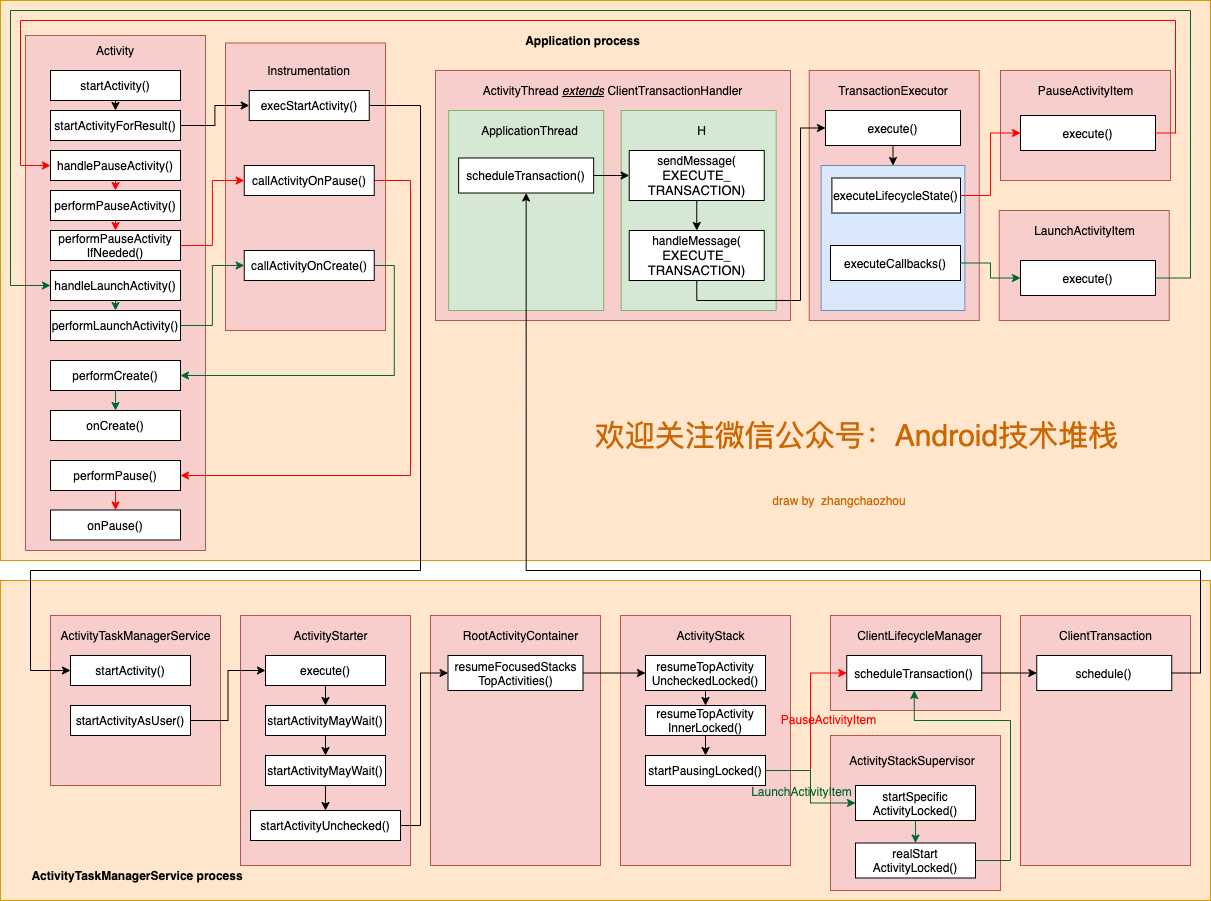
This is Android/StartActivity.png from chaozhouzhang/learning-summary, a draw.io export, as it was before one commit. Source tidied: cells renumbered, new cells last; positions are measured from the earlier drawing's top-left corner, leaving out a move shared by most shapes.
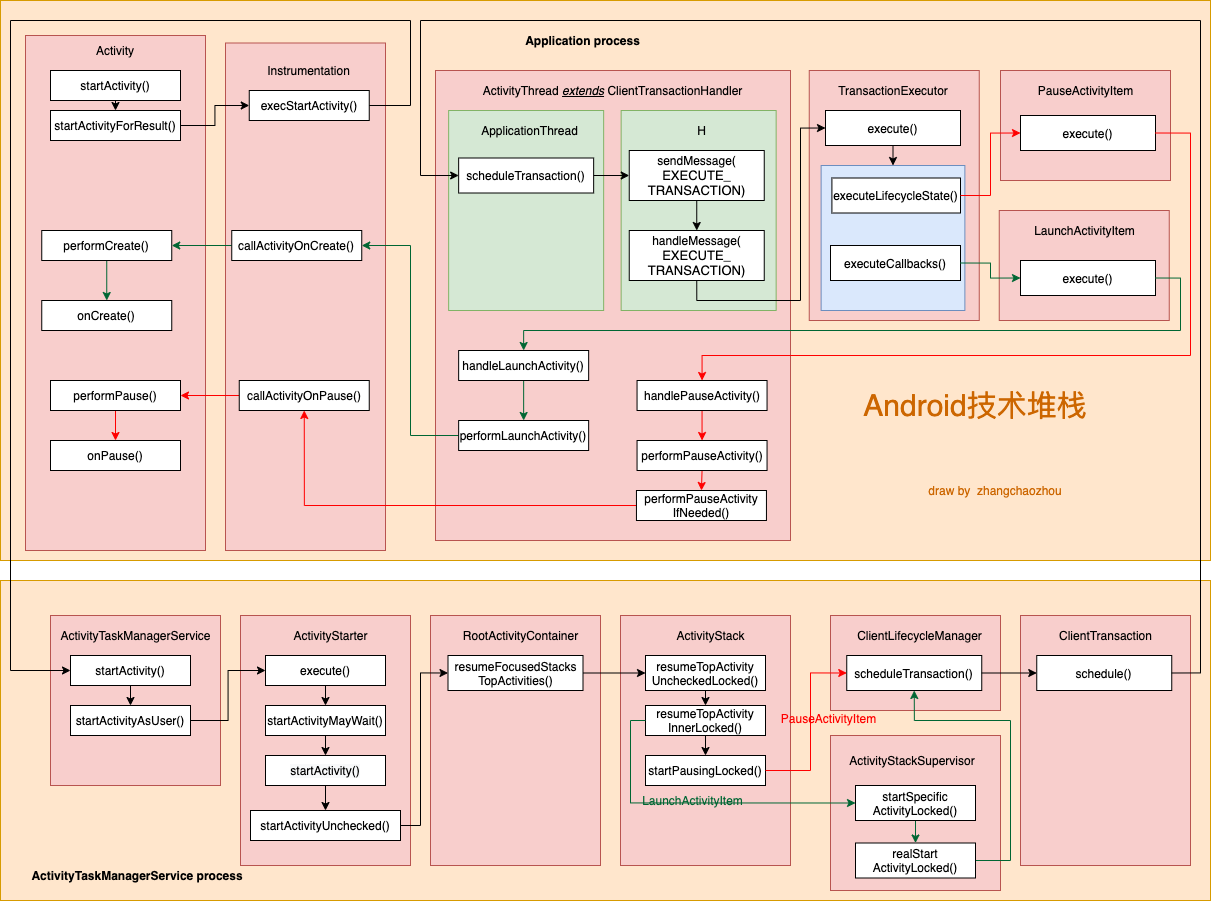
The same file after the commit.

Change to the diagram source:
```diff
@@ -17,6 +17,9 @@
     <mxCell id="6" style="whiteSpace=wrap;html=1;fillColor=#f8cecc;strokeColor=#b85450;" parent="1" vertex="1">
       <mxGeometry x="50" y="615" width="170" height="170" as="geometry" />
     </mxCell>
+    <mxCell id="112" style="edgeStyle=orthogonalEdgeStyle;rounded=0;jettySize=auto;html=1;exitX=0.5;exitY=1;exitDx=0;exitDy=0;entryX=0.5;entryY=0;entryDx=0;entryDy=0;" parent="1" edge="1" source="7" target="9">
+      <mxGeometry relative="1" as="geometry" />
+    </mxCell>
     <mxCell id="7" value="startActivity()" style="rounded=0;whiteSpace=wrap;html=1;" parent="1" vertex="1">
       <mxGeometry x="70" y="655" width="120" height="30" as="geometry" />
     </mxCell>
@@ -41,7 +44,7 @@
     <mxCell id="14" style="edgeStyle=orthogonalEdgeStyle;rounded=0;comic=0;jumpStyle=arc;jettySize=auto;html=1;exitX=0.5;exitY=1;exitDx=0;exitDy=0;entryX=0.5;entryY=0;entryDx=0;entryDy=0;" parent="1" edge="1" source="15" target="20">
       <mxGeometry relative="1" as="geometry" />
     </mxCell>
-    <mxCell id="15" value="startActivityMayWait()" style="rounded=0;whiteSpace=wrap;html=1;" parent="1" vertex="1">
+    <mxCell id="15" value="&lt;pre&gt;&lt;pre&gt;&lt;font face=&quot;helvetica&quot;&gt;&lt;span style=&quot;background-color: rgb(248 , 249 , 250)&quot;&gt;startActivity()&lt;/span&gt;&lt;/font&gt;&lt;/pre&gt;&lt;/pre&gt;" style="rounded=0;whiteSpace=wrap;html=1;" parent="1" vertex="1">
       <mxGeometry x="265" y="755" width="120" height="30" as="geometry" />
     </mxCell>
     <mxCell id="16" style="edgeStyle=orthogonalEdgeStyle;rounded=0;comic=0;jumpStyle=arc;jettySize=auto;html=1;exitX=1;exitY=0.5;exitDx=0;exitDy=0;entryX=0;entryY=0.5;entryDx=0;entryDy=0;" parent="1" edge="1" source="9" target="11">
@@ -135,7 +138,7 @@
       <mxGeometry relative="1" as="geometry" />
     </mxCell>
     <mxCell id="42" style="rounded=0;whiteSpace=wrap;html=1;fillColor=#f8cecc;strokeColor=#b85450;" parent="1" vertex="1">
-      <mxGeometry x="435" y="70" width="355" height="250" as="geometry" />
+      <mxGeometry x="435" y="70" width="355" height="470" as="geometry" />
     </mxCell>
     <mxCell id="43" style="rounded=0;whiteSpace=wrap;html=1;fillColor=#d5e8d4;strokeColor=#82b366;" parent="1" vertex="1">
       <mxGeometry x="448.1" y="110" width="155" height="200" as="geometry" />
@@ -149,12 +152,13 @@
     <mxCell id="46" value="ActivityThread &lt;i&gt;&lt;u&gt;extends&lt;/u&gt;&lt;/i&gt; ClientTransactionHandler" style="text;html=1;strokeColor=none;fillColor=none;align=center;verticalAlign=middle;whiteSpace=wrap;rounded=0;" parent="1" vertex="1">
       <mxGeometry x="475" y="80" width="275" height="20" as="geometry" />
     </mxCell>
-    <mxCell id="47" style="edgeStyle=orthogonalEdgeStyle;rounded=0;comic=0;jumpStyle=arc;jettySize=auto;html=1;exitX=1;exitY=0.5;exitDx=0;exitDy=0;entryX=0.5;entryY=1;entryDx=0;entryDy=0;" parent="1" edge="1" source="40" target="45">
+    <mxCell id="47" style="edgeStyle=orthogonalEdgeStyle;rounded=0;comic=0;jumpStyle=arc;jettySize=auto;html=1;exitX=1;exitY=0.5;exitDx=0;exitDy=0;entryX=0;entryY=0.5;entryDx=0;entryDy=0;" parent="1" edge="1" source="40" target="45">
       <mxGeometry relative="1" as="geometry">
         <Array as="points">
-          <mxPoint x="1200" y="673" />
-          <mxPoint x="1200" y="570" />
-          <mxPoint x="526" y="570" />
+          <mxPoint x="1200" y="672" />
+          <mxPoint x="1200" y="20" />
+          <mxPoint x="420" y="20" />
+          <mxPoint x="420" y="175" />
         </Array>
       </mxGeometry>
     </mxCell>
@@ -213,7 +217,7 @@
       <mxGeometry x="998.8" y="210" width="170" height="110" as="geometry" />
     </mxCell>
     <mxCell id="64" value="draw by&amp;nbsp; zhangchaozhou" style="text;html=1;strokeColor=none;fillColor=none;align=center;verticalAlign=middle;whiteSpace=wrap;rounded=0;labelBackgroundColor=none;fontColor=#CC6600;" parent="1" vertex="1">
-      <mxGeometry x="763.8" y="489.5" width="150" height="20" as="geometry" />
+      <mxGeometry x="920" y="480" width="150" height="20" as="geometry" />
     </mxCell>
     <mxCell id="65" style="rounded=0;whiteSpace=wrap;html=1;fillColor=#f8cecc;strokeColor=#b85450;" parent="1" vertex="1">
       <mxGeometry x="830" y="735" width="170" height="155" as="geometry" />
@@ -239,8 +243,13 @@
     <mxCell id="70" value="realStart&lt;br&gt;ActivityLocked()" style="rounded=0;whiteSpace=wrap;html=1;" parent="1" vertex="1">
       <mxGeometry x="855" y="842.5" width="120" height="35" as="geometry" />
     </mxCell>
-    <mxCell id="71" style="edgeStyle=orthogonalEdgeStyle;rounded=0;comic=0;jumpStyle=arc;jettySize=auto;html=1;exitX=1;exitY=0.5;exitDx=0;exitDy=0;entryX=0;entryY=0.5;entryDx=0;entryDy=0;strokeColor=#006633;fontColor=#000000;" parent="1" edge="1" source="31" target="68">
-      <mxGeometry relative="1" as="geometry" />
+    <mxCell id="71" style="edgeStyle=orthogonalEdgeStyle;rounded=0;comic=0;jumpStyle=arc;jettySize=auto;html=1;exitX=0;exitY=0.5;exitDx=0;exitDy=0;entryX=0;entryY=0.5;entryDx=0;entryDy=0;strokeColor=#006633;fontColor=#000000;" parent="1" edge="1" source="30" target="68">
+      <mxGeometry relative="1" as="geometry">
+        <Array as="points">
+          <mxPoint x="630" y="720" />
+          <mxPoint x="630" y="802" />
+        </Array>
+      </mxGeometry>
     </mxCell>
     <mxCell id="72" value="LaunchActivityItem" style="edgeLabel;html=1;align=center;verticalAlign=middle;fontColor=#006633;labelBackgroundColor=none;" parent="71" vertex="1">
       <mxGeometry x="0.06" y="3" relative="1" as="geometry">
@@ -269,7 +278,7 @@
       <mxGeometry x="25" y="35" width="180" height="515" as="geometry" />
     </mxCell>
     <mxCell id="80" style="rounded=0;whiteSpace=wrap;html=1;labelBackgroundColor=none;strokeColor=#b85450;fillColor=#f8cecc;" parent="1" vertex="1">
-      <mxGeometry x="225" y="42.5" width="160" height="287.5" as="geometry" />
+      <mxGeometry x="225" y="42.5" width="160" height="507.5" as="geometry" />
     </mxCell>
     <mxCell id="81" value="startActivity()" style="rounded=0;whiteSpace=wrap;html=1;" parent="1" vertex="1">
       <mxGeometry x="50" y="70" width="130" height="30" as="geometry" />
@@ -295,10 +304,10 @@
     <mxCell id="88" style="edgeStyle=orthogonalEdgeStyle;rounded=0;comic=0;jumpStyle=arc;jettySize=auto;html=1;exitX=1;exitY=0.5;exitDx=0;exitDy=0;entryX=0;entryY=0.5;entryDx=0;entryDy=0;" parent="1" edge="1" source="86" target="7">
       <mxGeometry relative="1" as="geometry">
         <Array as="points">
-          <mxPoint x="420" y="105" />
-          <mxPoint x="420" y="570" />
-          <mxPoint x="30" y="570" />
-          <mxPoint x="30" y="670" />
+          <mxPoint x="410" y="105" />
+          <mxPoint x="410" y="20" />
+          <mxPoint x="10" y="20" />
+          <mxPoint x="10" y="670" />
         </Array>
       </mxGeometry>
     </mxCell>
@@ -306,66 +315,78 @@
       <mxGeometry relative="1" as="geometry" />
     </mxCell>
     <mxCell id="90" value="performPauseActivity()" style="rounded=0;whiteSpace=wrap;html=1;" parent="1" vertex="1">
-      <mxGeometry x="50" y="190" width="130" height="30" as="geometry" />
+      <mxGeometry x="636.5" y="440" width="130" height="30" as="geometry" />
     </mxCell>
-    <mxCell id="91" style="edgeStyle=orthogonalEdgeStyle;rounded=0;comic=0;jumpStyle=arc;jettySize=auto;html=1;exitX=1;exitY=0.5;exitDx=0;exitDy=0;entryX=0;entryY=0.5;entryDx=0;entryDy=0;strokeColor=#FF0000;fontColor=#00CC66;" parent="1" edge="1" source="92" target="100">
-      <mxGeometry relative="1" as="geometry" />
+    <mxCell id="91" style="edgeStyle=orthogonalEdgeStyle;rounded=0;comic=0;jumpStyle=arc;jettySize=auto;html=1;exitX=0;exitY=0.5;exitDx=0;exitDy=0;entryX=0.5;entryY=1;entryDx=0;entryDy=0;strokeColor=#FF0000;fontColor=#00CC66;" parent="1" edge="1" source="92" target="100">
+      <mxGeometry relative="1" as="geometry">
+        <Array as="points">
+          <mxPoint x="304" y="505" />
+        </Array>
+      </mxGeometry>
     </mxCell>
     <mxCell id="92" value="performPauseActivity&lt;br&gt;IfNeeded()" style="rounded=0;whiteSpace=wrap;html=1;" parent="1" vertex="1">
-      <mxGeometry x="50" y="230" width="130" height="30" as="geometry" />
+      <mxGeometry x="636" y="490" width="130" height="30" as="geometry" />
     </mxCell>
     <mxCell id="93" style="edgeStyle=orthogonalEdgeStyle;rounded=0;comic=0;jumpStyle=arc;jettySize=auto;html=1;exitX=0.5;exitY=1;exitDx=0;exitDy=0;entryX=0.5;entryY=0;entryDx=0;entryDy=0;strokeColor=#006633;fontColor=#00CC66;" parent="1" edge="1" source="94" target="98">
       <mxGeometry relative="1" as="geometry" />
     </mxCell>
     <mxCell id="94" value="handleLaunchActivity()" style="rounded=0;whiteSpace=wrap;html=1;" parent="1" vertex="1">
-      <mxGeometry x="50" y="270" width="130" height="30" as="geometry" />
+      <mxGeometry x="458.1" y="350" width="130" height="30" as="geometry" />
     </mxCell>
     <mxCell id="95" style="edgeStyle=orthogonalEdgeStyle;rounded=0;comic=0;jumpStyle=arc;jettySize=auto;html=1;exitX=0.5;exitY=1;exitDx=0;exitDy=0;entryX=0.5;entryY=0;entryDx=0;entryDy=0;strokeColor=#FF0000;fontColor=#00CC66;" parent="1" edge="1" source="96" target="90">
       <mxGeometry relative="1" as="geometry" />
     </mxCell>
     <mxCell id="96" value="handlePauseActivity()" style="rounded=0;whiteSpace=wrap;html=1;" parent="1" vertex="1">
-      <mxGeometry x="50" y="150" width="130" height="30" as="geometry" />
+      <mxGeometry x="636.5" y="380" width="130" height="30" as="geometry" />
     </mxCell>
-    <mxCell id="97" style="edgeStyle=orthogonalEdgeStyle;rounded=0;comic=0;jumpStyle=arc;jettySize=auto;html=1;exitX=1;exitY=0.5;exitDx=0;exitDy=0;entryX=0;entryY=0.5;entryDx=0;entryDy=0;strokeColor=#006633;fontColor=#00CC66;" parent="1" edge="1" source="98" target="102">
-      <mxGeometry relative="1" as="geometry" />
+    <mxCell id="97" style="edgeStyle=orthogonalEdgeStyle;rounded=0;comic=0;jumpStyle=arc;jettySize=auto;html=1;exitX=0;exitY=0.5;exitDx=0;exitDy=0;entryX=1;entryY=0.5;entryDx=0;entryDy=0;strokeColor=#006633;fontColor=#00CC66;" parent="1" edge="1" source="98" target="102">
+      <mxGeometry relative="1" as="geometry">
+        <Array as="points">
+          <mxPoint x="410" y="435" />
+          <mxPoint x="410" y="245" />
+        </Array>
+      </mxGeometry>
     </mxCell>
     <mxCell id="98" value="performLaunchActivity()" style="rounded=0;whiteSpace=wrap;html=1;" parent="1" vertex="1">
-      <mxGeometry x="50" y="310" width="130" height="30" as="geometry" />
+      <mxGeometry x="458.1" y="420" width="130" height="30" as="geometry" />
     </mxCell>
-    <mxCell id="99" style="edgeStyle=orthogonalEdgeStyle;rounded=0;comic=0;jumpStyle=arc;jettySize=auto;html=1;exitX=1;exitY=0.5;exitDx=0;exitDy=0;entryX=1;entryY=0.5;entryDx=0;entryDy=0;strokeColor=#FF0000;fontColor=#00CC66;" parent="1" edge="1" source="100" target="109">
+    <mxCell id="99" style="edgeStyle=orthogonalEdgeStyle;rounded=0;comic=0;jumpStyle=arc;jettySize=auto;html=1;entryX=1;entryY=0.5;entryDx=0;entryDy=0;strokeColor=#FF0000;fontColor=#00CC66;exitX=0;exitY=0.5;exitDx=0;exitDy=0;" parent="1" edge="1" source="100" target="109">
       <mxGeometry relative="1" as="geometry">
         <Array as="points">
-          <mxPoint x="410" y="180" />
-          <mxPoint x="410" y="475" />
+          <mxPoint x="180" y="395" />
+          <mxPoint x="180" y="395" />
         </Array>
       </mxGeometry>
     </mxCell>
     <mxCell id="100" value="callActivityOnPause()" style="rounded=0;whiteSpace=wrap;html=1;" parent="1" vertex="1">
-      <mxGeometry x="243.8" y="165" width="130" height="30" as="geometry" />
+      <mxGeometry x="238.8" y="380" width="130" height="30" as="geometry" />
     </mxCell>
-    <mxCell id="101" style="edgeStyle=orthogonalEdgeStyle;rounded=0;comic=0;jumpStyle=arc;jettySize=auto;html=1;exitX=1;exitY=0.5;exitDx=0;exitDy=0;entryX=1;entryY=0.5;entryDx=0;entryDy=0;strokeColor=#006633;fontColor=#00CC66;" parent="1" edge="1" source="102" target="106">
-      <mxGeometry relative="1" as="geometry" />
+    <mxCell id="101" style="edgeStyle=orthogonalEdgeStyle;rounded=0;comic=0;jumpStyle=arc;jettySize=auto;html=1;exitX=0;exitY=0.5;exitDx=0;exitDy=0;entryX=1;entryY=0.5;entryDx=0;entryDy=0;strokeColor=#006633;fontColor=#00CC66;" parent="1" edge="1" source="102" target="106">
+      <mxGeometry relative="1" as="geometry">
+        <Array as="points">
+          <mxPoint x="200" y="245" />
+          <mxPoint x="200" y="245" />
+        </Array>
+      </mxGeometry>
     </mxCell>
     <mxCell id="102" value="callActivityOnCreate()" style="rounded=0;whiteSpace=wrap;html=1;" parent="1" vertex="1">
-      <mxGeometry x="243.8" y="250" width="130" height="30" as="geometry" />
+      <mxGeometry x="231.2" y="230" width="130" height="30" as="geometry" />
     </mxCell>
-    <mxCell id="103" style="edgeStyle=orthogonalEdgeStyle;rounded=0;comic=0;jumpStyle=arc;jettySize=auto;html=1;exitX=1;exitY=0.5;exitDx=0;exitDy=0;entryX=0;entryY=0.5;entryDx=0;entryDy=0;strokeColor=#FF0000;fontColor=#000000;" parent="1" edge="1" source="73" target="96">
+    <mxCell id="103" style="edgeStyle=orthogonalEdgeStyle;rounded=0;comic=0;jumpStyle=arc;jettySize=auto;html=1;exitX=1;exitY=0.5;exitDx=0;exitDy=0;strokeColor=#FF0000;fontColor=#000000;entryX=0.5;entryY=0;entryDx=0;entryDy=0;" parent="1" edge="1" source="73" target="96">
       <mxGeometry relative="1" as="geometry">
         <Array as="points">
-          <mxPoint x="1175" y="133" />
-          <mxPoint x="1175" y="20" />
-          <mxPoint x="20" y="20" />
-          <mxPoint x="20" y="165" />
+          <mxPoint x="1190" y="133" />
+          <mxPoint x="1190" y="355" />
+          <mxPoint x="702" y="355" />
         </Array>
       </mxGeometry>
     </mxCell>
-    <mxCell id="104" style="edgeStyle=orthogonalEdgeStyle;rounded=0;comic=0;jumpStyle=arc;jettySize=auto;html=1;exitX=1;exitY=0.5;exitDx=0;exitDy=0;entryX=0;entryY=0.5;entryDx=0;entryDy=0;strokeColor=#006633;fontColor=#006633;" parent="1" edge="1" source="74" target="94">
+    <mxCell id="104" style="edgeStyle=orthogonalEdgeStyle;rounded=0;comic=0;jumpStyle=arc;jettySize=auto;html=1;exitX=1;exitY=0.5;exitDx=0;exitDy=0;entryX=0.5;entryY=0;entryDx=0;entryDy=0;strokeColor=#006633;fontColor=#006633;" parent="1" edge="1" source="74" target="94">
       <mxGeometry relative="1" as="geometry">
         <Array as="points">
-          <mxPoint x="1190" y="278" />
-          <mxPoint x="1190" y="10" />
-          <mxPoint x="10" y="10" />
-          <mxPoint x="10" y="285" />
+          <mxPoint x="1180" y="278" />
+          <mxPoint x="1180" y="330" />
+          <mxPoint x="523" y="330" />
         </Array>
       </mxGeometry>
     </mxCell>
@@ -373,22 +394,22 @@
       <mxGeometry relative="1" as="geometry" />
     </mxCell>
     <mxCell id="106" value="performCreate()" style="rounded=0;whiteSpace=wrap;html=1;" parent="1" vertex="1">
-      <mxGeometry x="50" y="360" width="130" height="30" as="geometry" />
+      <mxGeometry x="41.2" y="230" width="130" height="30" as="geometry" />
     </mxCell>
     <mxCell id="107" value="onCreate()" style="rounded=0;whiteSpace=wrap;html=1;" parent="1" vertex="1">
-      <mxGeometry x="50" y="410" width="130" height="30" as="geometry" />
+      <mxGeometry x="41.2" y="300" width="130" height="30" as="geometry" />
     </mxCell>
     <mxCell id="108" style="edgeStyle=orthogonalEdgeStyle;rounded=0;comic=0;jumpStyle=arc;jettySize=auto;html=1;exitX=0.5;exitY=1;exitDx=0;exitDy=0;entryX=0.5;entryY=0;entryDx=0;entryDy=0;strokeColor=#FF0000;fontColor=#00CC66;" parent="1" edge="1" source="109" target="110">
       <mxGeometry relative="1" as="geometry" />
     </mxCell>
     <mxCell id="109" value="performPause()" style="rounded=0;whiteSpace=wrap;html=1;" parent="1" vertex="1">
-      <mxGeometry x="50" y="460" width="130" height="30" as="geometry" />
+      <mxGeometry x="50" y="380" width="130" height="30" as="geometry" />
     </mxCell>
     <mxCell id="110" value="onPause()" style="rounded=0;whiteSpace=wrap;html=1;" parent="1" vertex="1">
-      <mxGeometry x="50" y="509.5" width="130" height="30" as="geometry" />
+      <mxGeometry x="50" y="440" width="130" height="30" as="geometry" />
     </mxCell>
-    <mxCell id="111" value="&lt;font style=&quot;font-size: 30px&quot;&gt;欢迎关注微信公众号：Android技术堆栈&lt;/font&gt;" style="text;html=1;strokeColor=none;fillColor=none;align=center;verticalAlign=middle;whiteSpace=wrap;rounded=0;labelBackgroundColor=none;fontColor=#CC6600;" parent="1" vertex="1">
-      <mxGeometry x="593.1" y="400" width="526.9" height="70" as="geometry" />
+    <mxCell id="111" value="&lt;font style=&quot;font-size: 30px&quot;&gt;Android技术堆栈&lt;/font&gt;" style="text;html=1;strokeColor=none;fillColor=none;align=center;verticalAlign=middle;whiteSpace=wrap;rounded=0;labelBackgroundColor=none;fontColor=#CC6600;" parent="1" vertex="1">
+      <mxGeometry x="851.8" y="370" width="246" height="70" as="geometry" />
     </mxCell>
   </root>
 </mxGraphModel>
```
